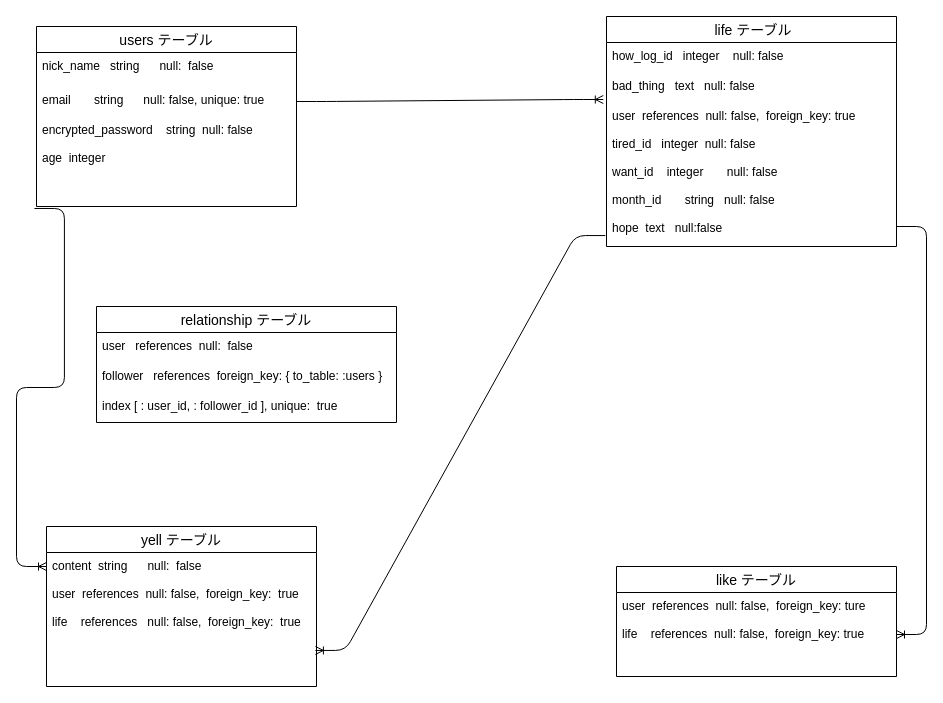
The draw.io diagram Life_count.dio in pakkiii/Life-Count, before the edit. Source tidied: cells renumbered, new cells numbered last; positions are measured from the earlier drawing's top-left corner, leaving out a move shared by most shapes. Both pictures are drawn from the tidied source at 100%, with x=0, y=0 at pixel (36, 16).
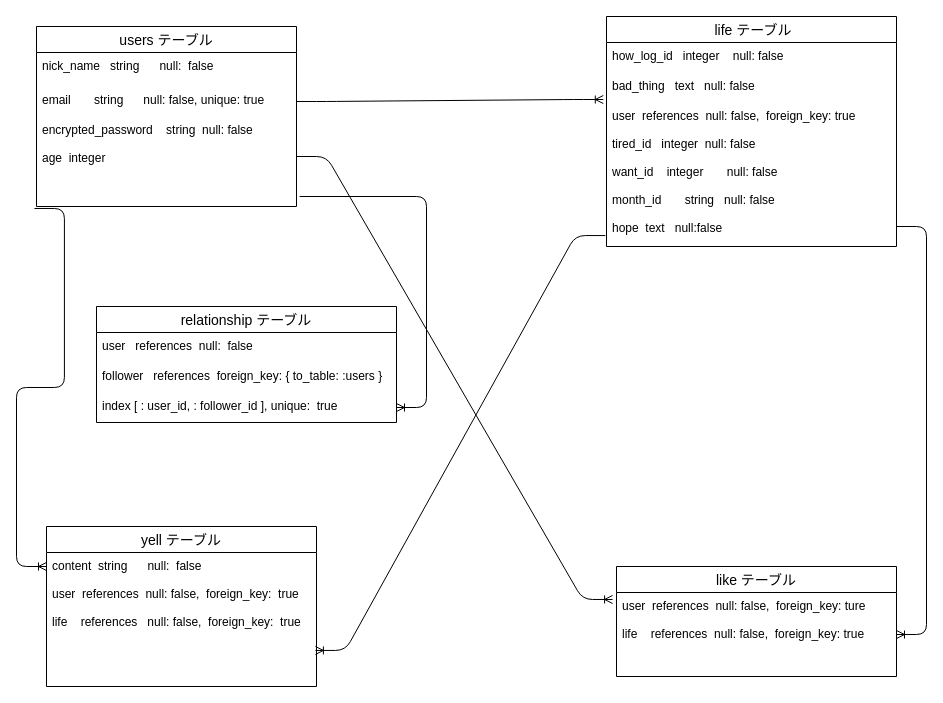
The same diagram, later.

The change refers to these unchanged cells:
```xml
<mxCell id="5" value="encrypted_password    string  null: false&#10;&#10;age  integer  &#10;" style="text;strokeColor=none;fillColor=none;spacingLeft=4;spacingRight=4;overflow=hidden;points=[[0,0.5],[1,0.5]];portConstraint=eastwest;fontSize=12;" parent="2" vertex="1">
  <mxGeometry y="90" width="260" height="90" as="geometry" />
</mxCell>
<mxCell id="14" value="user  references  null: false,  foreign_key: ture&#10;&#10;life    references  null: false,  foreign_key: true " style="text;strokeColor=none;fillColor=none;spacingLeft=4;spacingRight=4;overflow=hidden;points=[[0,0.5],[1,0.5]];portConstraint=eastwest;fontSize=12;" parent="13" vertex="1">
  <mxGeometry y="26" width="280" height="84" as="geometry" />
</mxCell>
<mxCell id="18" value="index [ : user_id, : follower_id ], unique:  true" style="text;strokeColor=none;fillColor=none;spacingLeft=4;spacingRight=4;overflow=hidden;points=[[0,0.5],[1,0.5]];portConstraint=eastwest;fontSize=12;" parent="15" vertex="1">
  <mxGeometry y="86" width="300" height="30" as="geometry" />
</mxCell>
```

Change to the diagram source:
```diff
@@
+    <mxCell id="22" style="edgeStyle=entityRelationEdgeStyle;fontSize=12;html=1;endArrow=ERoneToMany;entryX=-0.014;entryY=0.083;entryDx=0;entryDy=0;entryPerimeter=0;" parent="1" edge="1" target="14">
+      <mxGeometry relative="1" as="geometry">
+        <mxPoint x="260" y="140" as="sourcePoint" />
+      </mxGeometry>
+    </mxCell>
+    <mxCell id="23" style="edgeStyle=entityRelationEdgeStyle;fontSize=12;html=1;endArrow=ERoneToMany;exitX=1.012;exitY=0.889;exitDx=0;exitDy=0;exitPerimeter=0;" parent="1" edge="1" source="5" target="18">
+      <mxGeometry relative="1" as="geometry" />
+    </mxCell>
```
